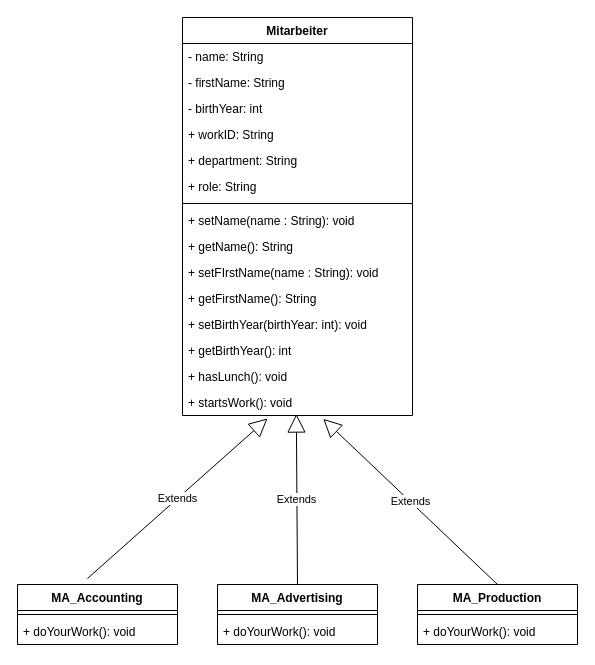
Above: muster_MA.drawio in tkor152-OOP/03a_CodeLab_03 (draw.io), before the change. Source tidied: cells renumbered, new cells numbered last; positions are measured from the earlier drawing's top-left corner, leaving out a move shared by most shapes. Both pictures are drawn from the tidied source at 100%, with x=0, y=0 at pixel (17, 17).
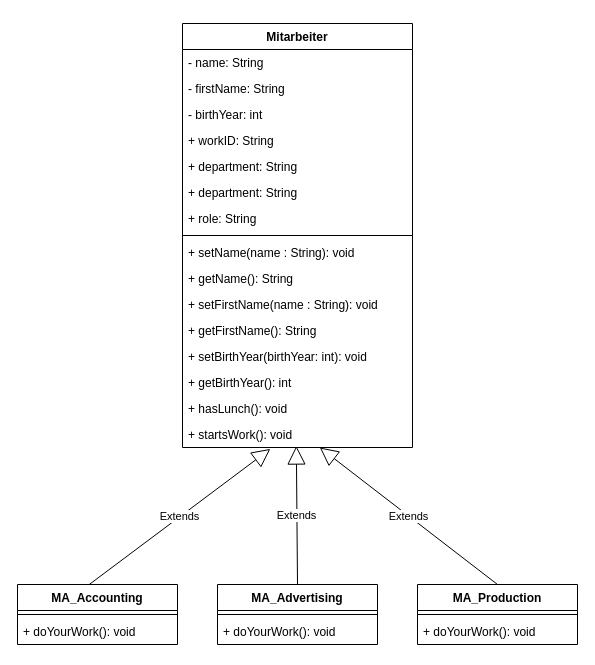
Above is the later version.

The change refers to these unchanged cells:
```xml
<mxCell id="18" value="MA_Accounting" style="swimlane;fontStyle=1;align=center;verticalAlign=top;horizontal=1;startSize=26;" parent="1" vertex="1">
  <mxGeometry y="567" width="160" height="60" as="geometry" />
</mxCell>
<mxCell id="24" value="MA_Production" style="swimlane;fontStyle=1;align=center;verticalAlign=top;horizontal=1;startSize=26;" parent="1" vertex="1">
  <mxGeometry x="400" y="567" width="160" height="60" as="geometry" />
</mxCell>
```

The edit, as a diff of the source:
```diff
@@
     <mxCell id="2" value="Mitarbeiter" style="swimlane;fontStyle=1;align=center;verticalAlign=top;horizontal=1;startSize=26;" parent="1" vertex="1">
-      <mxGeometry x="165" width="230" height="398" as="geometry" />
+      <mxGeometry x="165" y="6" width="230" height="424" as="geometry" />
     </mxCell>
@@
+    <mxCell id="30" value="+ department: String" style="text;strokeColor=none;fillColor=none;align=left;verticalAlign=top;spacingLeft=4;spacingRight=4;overflow=hidden;" parent="2" vertex="1">
+      <mxGeometry y="156" width="230" height="26" as="geometry" />
+    </mxCell>
     <mxCell id="8" value="+ role: String" style="text;strokeColor=none;fillColor=none;align=left;verticalAlign=top;spacingLeft=4;spacingRight=4;overflow=hidden;" parent="2" vertex="1">
-      <mxGeometry y="156" width="230" height="26" as="geometry" />
+      <mxGeometry y="182" width="230" height="26" as="geometry" />
     </mxCell>
     <mxCell id="9" style="line;strokeWidth=1;fillColor=none;align=left;verticalAlign=middle;spacingTop=-1;spacingLeft=3;spacingRight=3;labelPosition=right;" parent="2" vertex="1">
-      <mxGeometry y="182" width="230" height="8" as="geometry" />
+      <mxGeometry y="208" width="230" height="8" as="geometry" />
     </mxCell>
     <mxCell id="10" value="+ setName(name : String): void" style="text;strokeColor=none;fillColor=none;align=left;verticalAlign=top;spacingLeft=4;spacingRight=4;overflow=hidden;" parent="2" vertex="1">
-      <mxGeometry y="190" width="230" height="26" as="geometry" />
+      <mxGeometry y="216" width="230" height="26" as="geometry" />
     </mxCell>
     <mxCell id="11" value="+ getName(): String" style="text;strokeColor=none;fillColor=none;align=left;verticalAlign=top;spacingLeft=4;spacingRight=4;overflow=hidden;" parent="2" vertex="1">
-      <mxGeometry y="216" width="230" height="26" as="geometry" />
+      <mxGeometry y="242" width="230" height="26" as="geometry" />
     </mxCell>
-    <mxCell id="12" value="+ setFIrstName(name : String): void" style="text;strokeColor=none;fillColor=none;align=left;verticalAlign=top;spacingLeft=4;spacingRight=4;overflow=hidden;" parent="2" vertex="1">
-      <mxGeometry y="242" width="230" height="26" as="geometry" />
+    <mxCell id="12" value="+ setFirstName(name : String): void" style="text;strokeColor=none;fillColor=none;align=left;verticalAlign=top;spacingLeft=4;spacingRight=4;overflow=hidden;" parent="2" vertex="1">
+      <mxGeometry y="268" width="230" height="26" as="geometry" />
     </mxCell>
     <mxCell id="13" value="+ getFirstName(): String" style="text;strokeColor=none;fillColor=none;align=left;verticalAlign=top;spacingLeft=4;spacingRight=4;overflow=hidden;" parent="2" vertex="1">
-      <mxGeometry y="268" width="230" height="26" as="geometry" />
+      <mxGeometry y="294" width="230" height="26" as="geometry" />
     </mxCell>
     <mxCell id="14" value="+ setBirthYear(birthYear: int): void" style="text;strokeColor=none;fillColor=none;align=left;verticalAlign=top;spacingLeft=4;spacingRight=4;overflow=hidden;" parent="2" vertex="1">
-      <mxGeometry y="294" width="230" height="26" as="geometry" />
+      <mxGeometry y="320" width="230" height="26" as="geometry" />
     </mxCell>
     <mxCell id="15" value="+ getBirthYear(): int" style="text;strokeColor=none;fillColor=none;align=left;verticalAlign=top;spacingLeft=4;spacingRight=4;overflow=hidden;" parent="2" vertex="1">
-      <mxGeometry y="320" width="230" height="26" as="geometry" />
+      <mxGeometry y="346" width="230" height="26" as="geometry" />
     </mxCell>
     <mxCell id="16" value="+ hasLunch(): void" style="text;strokeColor=none;fillColor=none;align=left;verticalAlign=top;spacingLeft=4;spacingRight=4;overflow=hidden;" parent="2" vertex="1">
-      <mxGeometry y="346" width="230" height="26" as="geometry" />
+      <mxGeometry y="372" width="230" height="26" as="geometry" />
     </mxCell>
     <mxCell id="17" value="+ startsWork(): void" style="text;strokeColor=none;fillColor=none;align=left;verticalAlign=top;spacingLeft=4;spacingRight=4;overflow=hidden;points=[[0,0.5],[1,0.5]];portConstraint=eastwest;" parent="2" vertex="1">
-      <mxGeometry y="372" width="230" height="26" as="geometry" />
+      <mxGeometry y="398" width="230" height="26" as="geometry" />
     </mxCell>
@@
-    <mxCell id="27" value="Extends" style="endArrow=block;endSize=16;endFill=0;html=1;" parent="1" edge="1">
-      <mxGeometry relative="1" as="geometry">
-        <mxPoint x="70" y="561" as="sourcePoint" />
-        <mxPoint x="250" y="401" as="targetPoint" />
-      </mxGeometry>
+    <mxCell id="27" value="Extends" style="endArrow=block;endSize=16;endFill=0;html=1;entryX=0.382;entryY=1.054;entryDx=0;entryDy=0;entryPerimeter=0;exitX=0.448;exitY=0.001;exitDx=0;exitDy=0;exitPerimeter=0;" parent="1" edge="1" source="18" target="17">
+      <mxGeometry relative="1" as="geometry" />
     </mxCell>
-    <mxCell id="28" value="Extends" style="endArrow=block;endSize=16;endFill=0;html=1;exitX=0.5;exitY=0;exitDx=0;exitDy=0;entryX=0.612;entryY=1.13;entryDx=0;entryDy=0;entryPerimeter=0;" parent="1" edge="1" source="24" target="17">
+    <mxCell id="28" value="Extends" style="endArrow=block;endSize=16;endFill=0;html=1;exitX=0.5;exitY=0;exitDx=0;exitDy=0;entryX=0.597;entryY=1.001;entryDx=0;entryDy=0;entryPerimeter=0;" parent="1" edge="1" source="24" target="17">
       <mxGeometry relative="1" as="geometry" />
     </mxCell>
```
